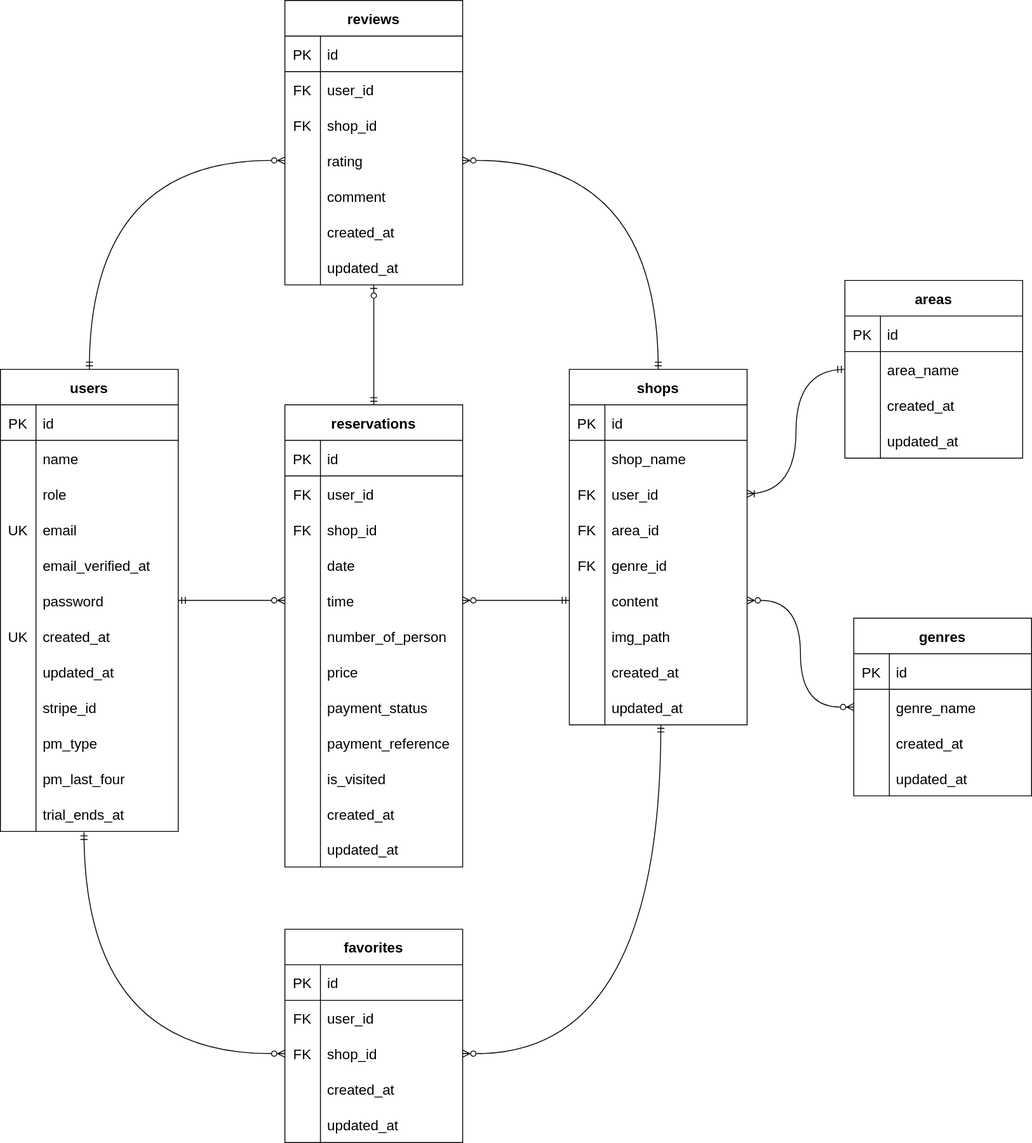
This is Rese.drawio.svg from yuusakuhariya/Rese, a draw.io export, as it was before one commit. Source tidied: cells renumbered, new cells last; positions are measured from the earlier drawing's top-left corner, leaving out a move shared by most shapes.
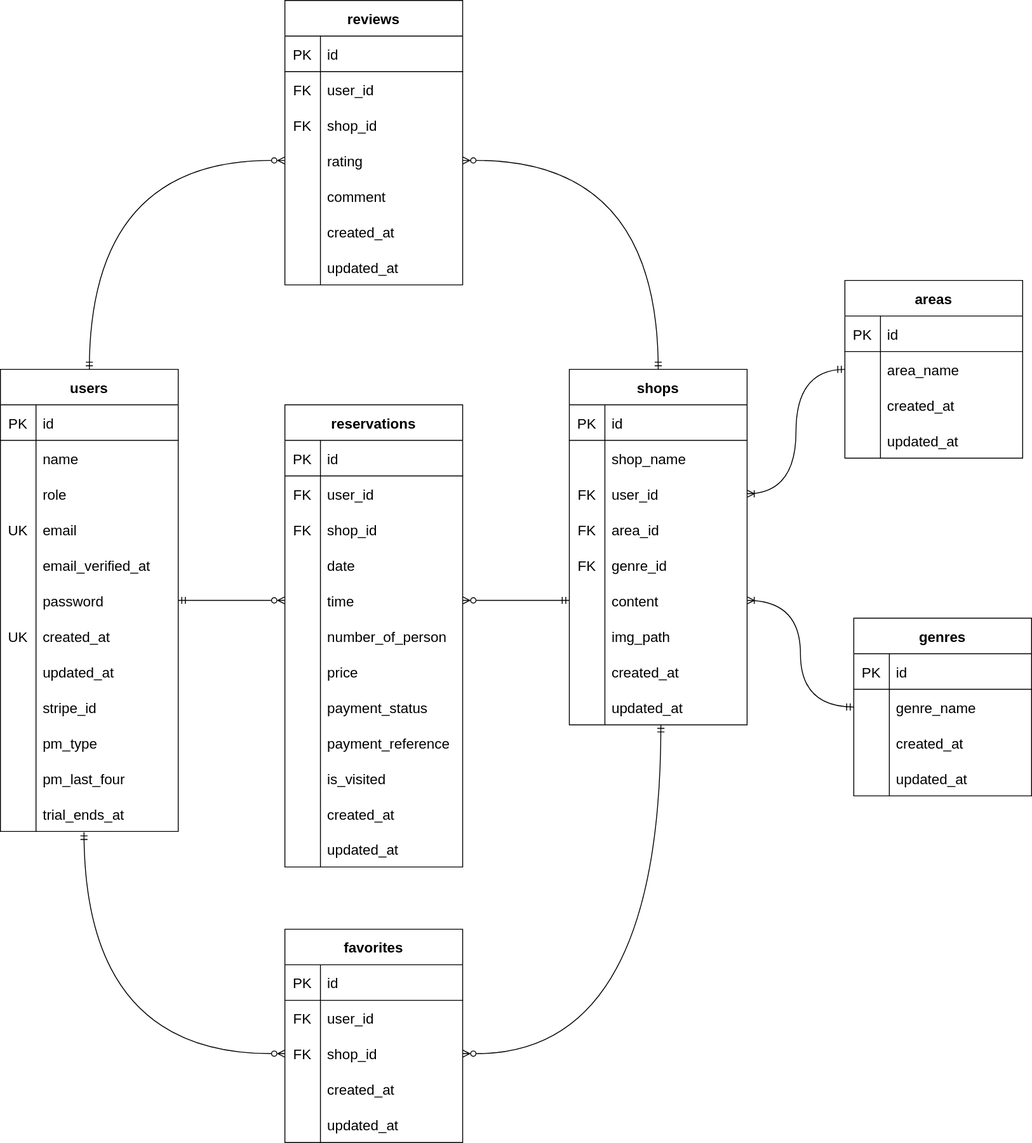
After the commit.

What changed in the source:
```diff
@@ -116,9 +116,6 @@
     <mxCell id="39" value="trial_ends_at" style="shape=partialRectangle;fillColor=none;top=0;left=0;bottom=0;right=0;align=left;spacingLeft=6;overflow=hidden;fontSize=16;" parent="37" vertex="1">
       <mxGeometry x="40" width="160" height="40" as="geometry" />
     </mxCell>
-    <mxCell id="40" style="edgeStyle=none;html=1;exitX=0.5;exitY=0;exitDx=0;exitDy=0;startArrow=ERmandOne;startFill=0;endArrow=ERzeroToOne;endFill=0;" parent="1" edge="1" source="41" target="175">
-      <mxGeometry relative="1" as="geometry" />
-    </mxCell>
     <mxCell id="41" value="reservations" style="shape=table;startSize=40;rowLines=0;fontStyle=1;align=center;fontSize=16;" parent="1" vertex="1">
       <mxGeometry x="320" y="455" width="200" height="520" as="geometry" />
     </mxCell>
@@ -530,7 +527,7 @@
     <mxCell id="177" value="updated_at" style="shape=partialRectangle;fillColor=none;top=0;left=0;bottom=0;right=0;align=left;spacingLeft=6;overflow=hidden;fontSize=16;" parent="175" vertex="1">
       <mxGeometry x="40" width="160" height="40" as="geometry" />
     </mxCell>
-    <mxCell id="178" style="edgeStyle=orthogonalEdgeStyle;html=1;exitX=0;exitY=0.5;exitDx=0;exitDy=0;entryX=1;entryY=0.5;entryDx=0;entryDy=0;startArrow=ERzeroToMany;startFill=0;endArrow=ERzeroToMany;endFill=0;curved=1;" parent="1" edge="1" source="128" target="95">
+    <mxCell id="178" style="edgeStyle=orthogonalEdgeStyle;html=1;exitX=0;exitY=0.5;exitDx=0;exitDy=0;entryX=1;entryY=0.5;entryDx=0;entryDy=0;startArrow=ERmandOne;startFill=0;endArrow=ERoneToMany;endFill=0;curved=1;" parent="1" edge="1" source="128" target="95">
       <mxGeometry relative="1" as="geometry" />
     </mxCell>
     <mxCell id="179" value="UK" style="shape=partialRectangle;fillColor=none;top=0;left=0;bottom=0;right=0;overflow=hidden;fontSize=16;" parent="1" vertex="1">
```
